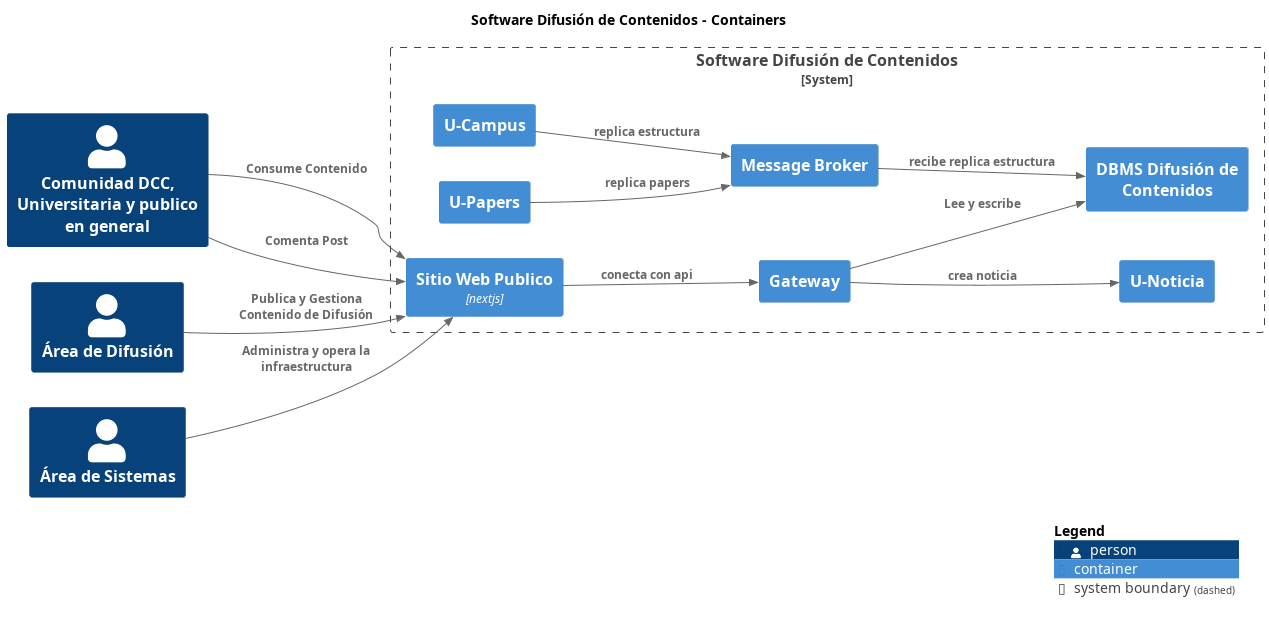
The PlantUML diagram build/site/master/png/Container-001.png in nbrx/c4-dcc-arq, before a commit.
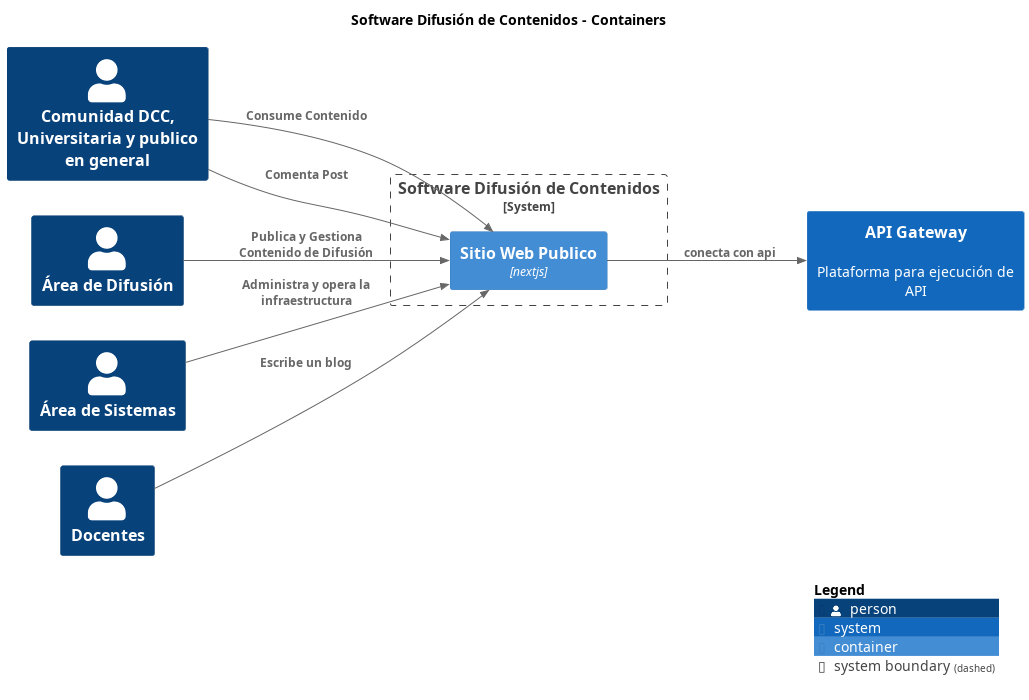
Later version of the same file.

Change to the diagram source:
```diff
@@ -11,27 +11,19 @@
 Person(ComunidadDCCUniversitariaypublicoengeneral, "Comunidad DCC, Universitaria y publico en general", "", $tags="")
 Person(ÁreadeDifusión, "Área de Difusión", "", $tags="")
 Person(ÁreadeSistemas, "Área de Sistemas", "", $tags="")
+Person(Docentes, "Docentes", "", $tags="")
+System(APIGateway, "API Gateway", "Plataforma para ejecución de API", $tags="")
 
 System_Boundary("SoftwareDifusióndeContenidos_boundary", "Software Difusión de Contenidos", $tags="") {
-  Container(SoftwareDifusióndeContenidos.DBMSDifusióndeContenidos, "DBMS Difusión de Contenidos", "", $tags="")
-  Container(SoftwareDifusióndeContenidos.Gateway, "Gateway", "", $tags="")
-  Container(SoftwareDifusióndeContenidos.UNoticia, "U-Noticia", "", $tags="")
-  Container(SoftwareDifusióndeContenidos.UCampus, "U-Campus", "", $tags="")
-  Container(SoftwareDifusióndeContenidos.UPapers, "U-Papers", "", $tags="")
-  Container(SoftwareDifusióndeContenidos.MessageBroker, "Message Broker", "", $tags="")
   Container(SoftwareDifusióndeContenidos.SitioWebPublico, "Sitio Web Publico", "nextjs", "", $tags="")
 }
 
-Rel_D(ÁreadeSistemas, SoftwareDifusióndeContenidos.SitioWebPublico, "Administra y opera la infraestructura", $tags="")
-Rel_D(SoftwareDifusióndeContenidos.MessageBroker, SoftwareDifusióndeContenidos.DBMSDifusióndeContenidos, "recibe replica estructura", $tags="")
-Rel_D(SoftwareDifusióndeContenidos.SitioWebPublico, SoftwareDifusióndeContenidos.Gateway, "conecta con api", $tags="")
-Rel_D(SoftwareDifusióndeContenidos.Gateway, SoftwareDifusióndeContenidos.DBMSDifusióndeContenidos, "Lee y escribe", $tags="")
-Rel_D(SoftwareDifusióndeContenidos.Gateway, SoftwareDifusióndeContenidos.UNoticia, "crea noticia", $tags="")
-Rel_D(SoftwareDifusióndeContenidos.UPapers, SoftwareDifusióndeContenidos.MessageBroker, "replica papers", $tags="")
-Rel_D(SoftwareDifusióndeContenidos.UCampus, SoftwareDifusióndeContenidos.MessageBroker, "replica estructura", $tags="")
 Rel_D(ComunidadDCCUniversitariaypublicoengeneral, SoftwareDifusióndeContenidos.SitioWebPublico, "Consume Contenido", $tags="")
 Rel_D(ComunidadDCCUniversitariaypublicoengeneral, SoftwareDifusióndeContenidos.SitioWebPublico, "Comenta Post", $tags="")
+Rel_D(Docentes, SoftwareDifusióndeContenidos.SitioWebPublico, "Escribe un blog", $tags="")
 Rel_D(ÁreadeDifusión, SoftwareDifusióndeContenidos.SitioWebPublico, "Publica y Gestiona Contenido de Difusión", $tags="")
+Rel_D(ÁreadeSistemas, SoftwareDifusióndeContenidos.SitioWebPublico, "Administra y opera la infraestructura", $tags="")
+Rel_D(SoftwareDifusióndeContenidos.SitioWebPublico, APIGateway, "conecta con api", $tags="")
 
 SHOW_LEGEND(true)
 @enduml
```
